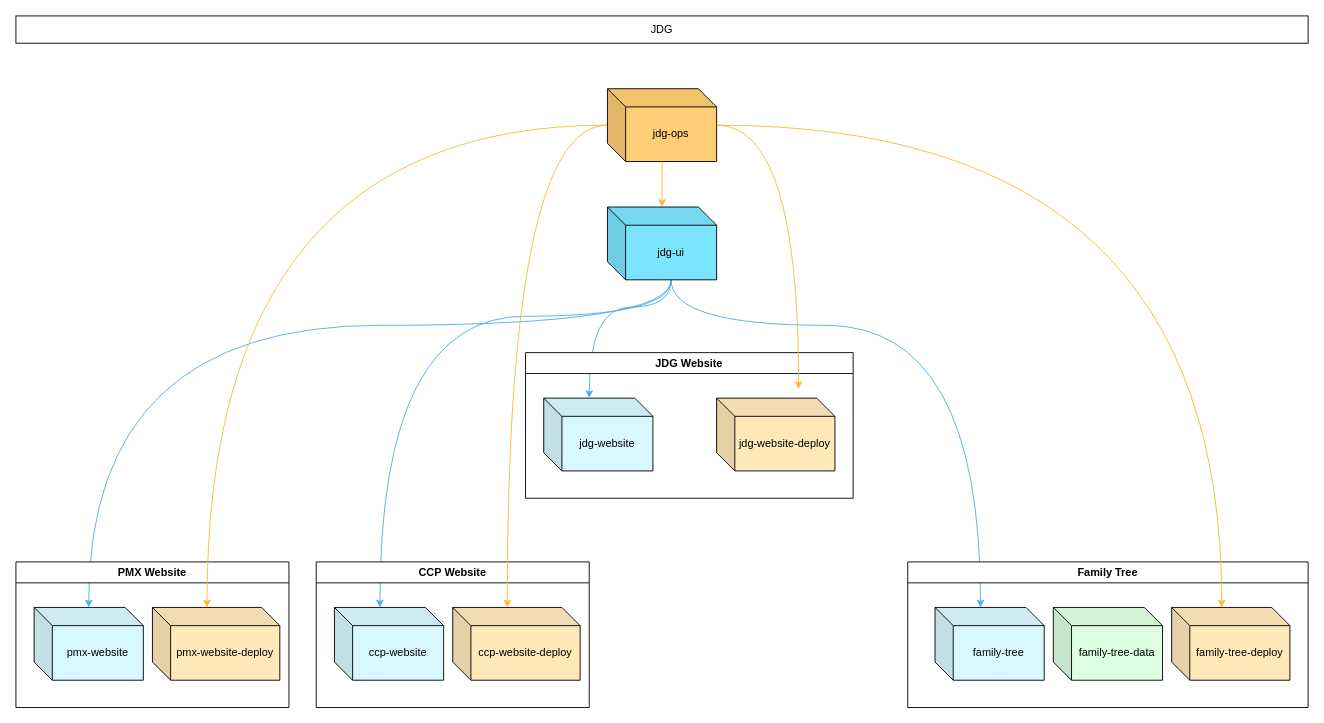
Earlier version of the draw.io diagram JDG Org.drawio (deanstein/jdg-ops). Source tidied: cells renumbered, new cells numbered last; positions are measured from the earlier drawing's top-left corner, leaving out a move shared by most shapes. Both pictures are drawn from the tidied source at 91%, with x=0, y=0 at pixel (15, 15).
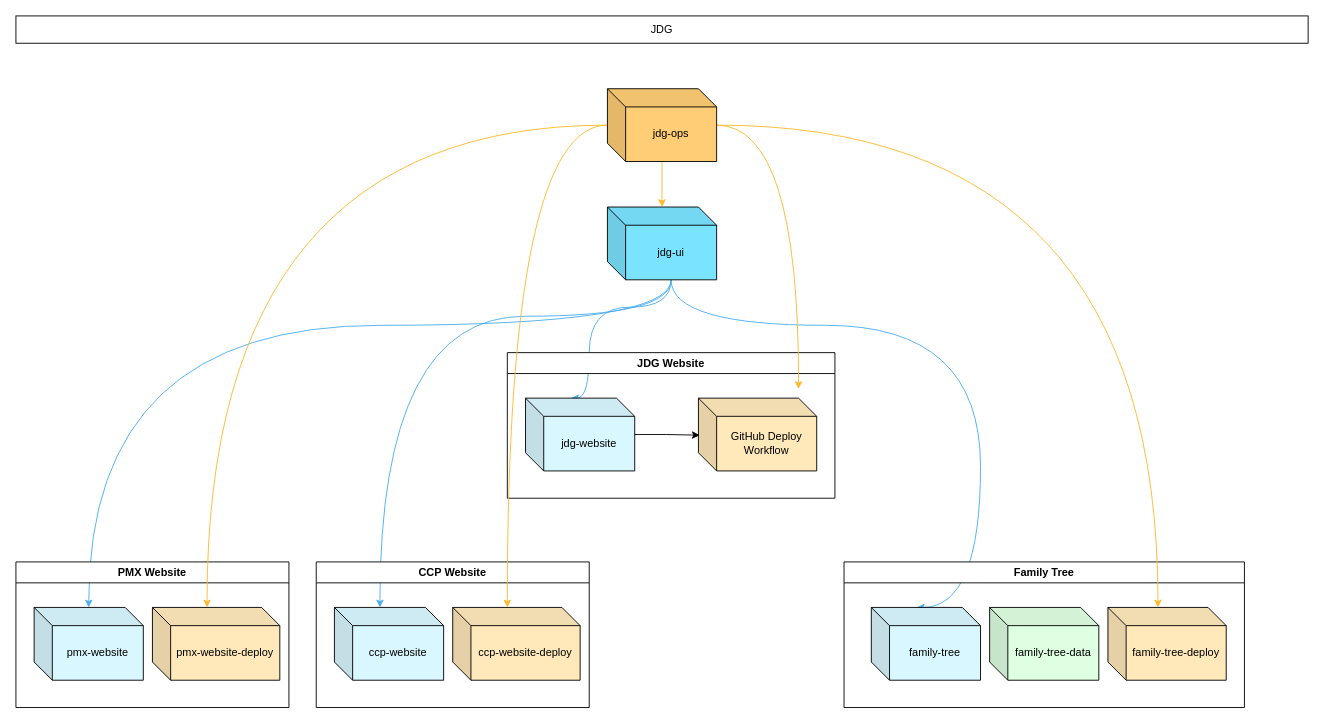
The same diagram, later.

The change refers to these unchanged cells:
```xml
<mxCell id="13" value="jdg-website" style="shape=cube;whiteSpace=wrap;html=1;boundedLbl=1;backgroundOutline=1;darkOpacity=0.05;darkOpacity2=0.1;fillColor=#D9F7FF;" parent="12" vertex="1">
  <mxGeometry x="20" y="50" width="120" height="80" as="geometry" />
</mxCell>
```

The edit, as a diff of the source:
```diff
@@
     <mxCell id="8" value="Family Tree" style="swimlane;whiteSpace=wrap;html=1;" parent="1" vertex="1">
-      <mxGeometry x="980" y="600" width="440" height="160" as="geometry" />
+      <mxGeometry x="910" y="600" width="440" height="160" as="geometry" />
     </mxCell>
@@
     <mxCell id="12" value="JDG Website" style="swimlane;whiteSpace=wrap;html=1;" parent="1" vertex="1">
-      <mxGeometry x="560" y="370" width="360" height="160" as="geometry" />
+      <mxGeometry x="540" y="370" width="360" height="160" as="geometry" />
     </mxCell>
@@
-    <mxCell id="14" value="jdg-website-deploy" style="shape=cube;whiteSpace=wrap;html=1;boundedLbl=1;backgroundOutline=1;darkOpacity=0.05;darkOpacity2=0.1;fillColor=#FFE8BA;" parent="12" vertex="1">
+    <mxCell id="14" value="GitHub Deploy Workflow" style="shape=cube;whiteSpace=wrap;html=1;boundedLbl=1;backgroundOutline=1;darkOpacity=0.05;darkOpacity2=0.1;fillColor=#FFE8BA;" parent="12" vertex="1">
       <mxGeometry x="210" y="50" width="130" height="80" as="geometry" />
     </mxCell>
+    <mxCell id="27" style="edgeStyle=orthogonalEdgeStyle;rounded=0;jettySize=auto;html=1;entryX=0.011;entryY=0.509;entryDx=0;entryDy=0;entryPerimeter=0;" parent="12" edge="1" source="13" target="14">
+      <mxGeometry relative="1" as="geometry" />
+    </mxCell>
```
